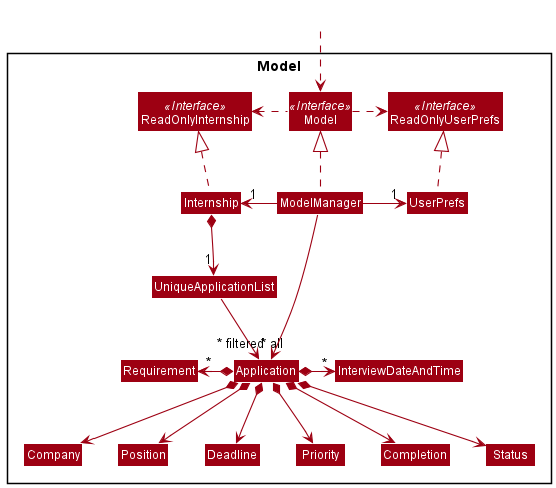
Earlier version of the PlantUML export docs/images/umldiagrams/ModelClassDiagram.png (tianyue58/tp).
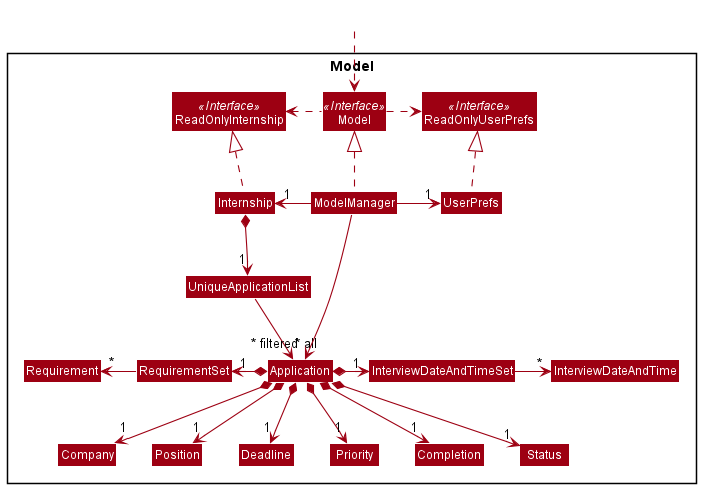
After the change.

Commit message:
Update Model UML diagram

Diff of the diagram source:
```diff
@@ -24,6 +24,8 @@
 Class Priority
 Class Completion
 Class Status
+Class RequirementSet
+Class InterviewDateAndTimeSet
 Class Requirement
 Class InterviewDateAndTime
 }
@@ -42,14 +44,16 @@
 
 Internship *--> "1" UniqueApplicationList
 UniqueApplicationList --> "~* all" Application
-Application *--> Company
-Application *--> Position
-Application *--> Deadline
-Application *--> Priority
-Application *--> Completion
-Application *--> Status
-Application *-left> "*" Requirement
-Application *-right> "*" InterviewDateAndTime
+Application *--> "1" Company
+Application *--> "1" Position
+Application *--> "1" Deadline
+Application *--> "1" Priority
+Application *--> "1" Completion
+Application *--> "1" Status
+Application *-left> "1" RequirementSet
+Application *-right> "1" InterviewDateAndTimeSet
+RequirementSet --left> "*" Requirement
+InterviewDateAndTimeSet --right> "*" InterviewDateAndTime
 
 ModelManager -->"~* filtered" Application
 @enduml
```
